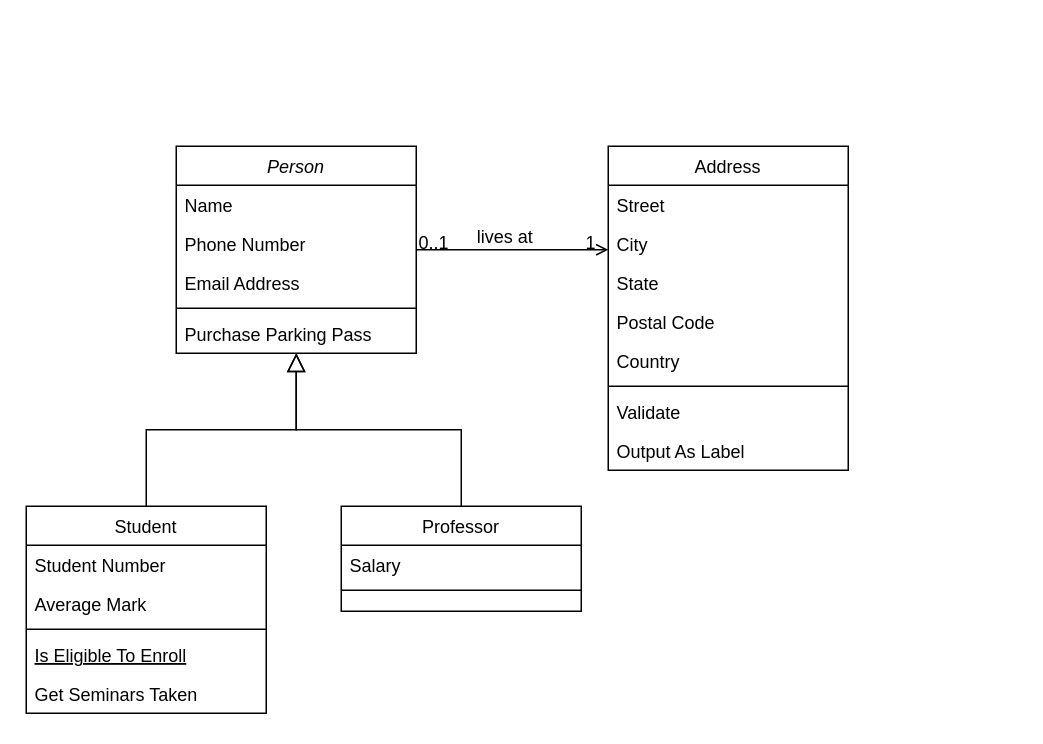
okronar/ProyectoFinalSergioRamos keeps this draw.io diagram as mockups/DiagramaClases.drawio. Above is the earlier version. Source tidied: cells renumbered, new cells numbered last; positions are measured from the earlier drawing's top-left corner, leaving out a move shared by most shapes. Both pictures are drawn from the tidied source at 150%, with x=0, y=0 at pixel (26, 146).
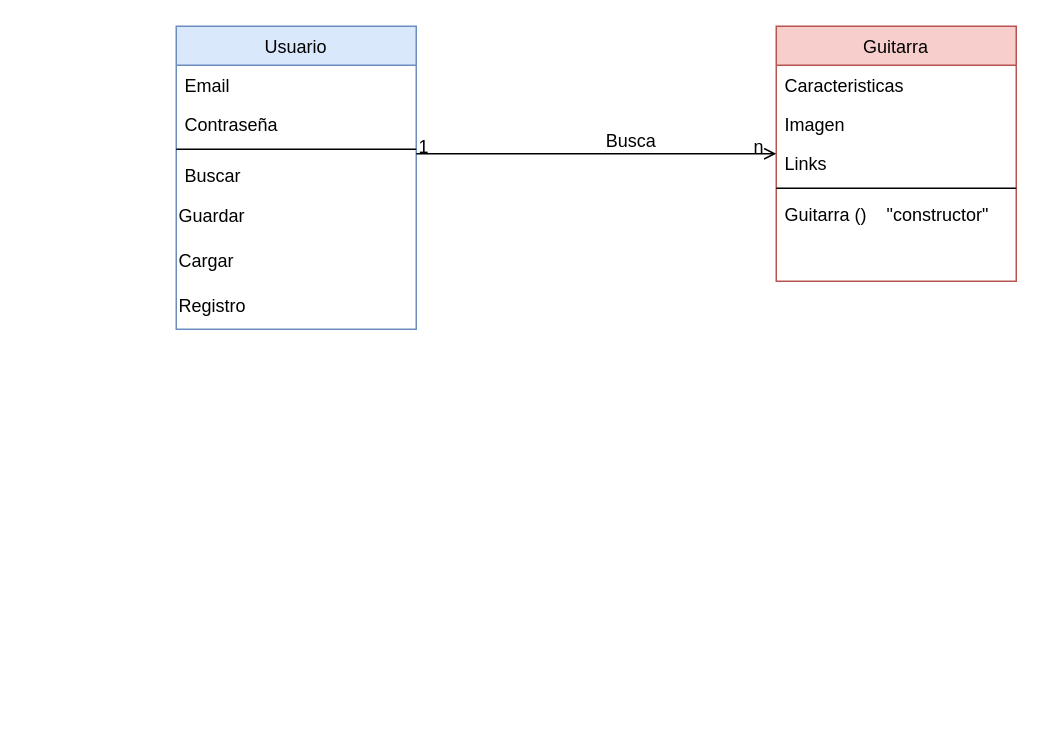
The same page after the edit.

The change refers to these unchanged cells:
```xml
<mxCell id="28" style="endArrow=open;shadow=0;strokeWidth=1;rounded=0;curved=0;endFill=1;edgeStyle=elbowEdgeStyle;elbow=vertical;" parent="1" edge="1" source="2" target="19">
  <mxGeometry x="0.5" y="41" relative="1" as="geometry">
    <mxPoint x="-40" y="32" as="offset" />
  </mxGeometry>
</mxCell>
```

Diff of the diagram source:
```diff
@@
-    <mxCell id="2" value="Person" style="swimlane;fontStyle=2;align=center;verticalAlign=top;horizontal=1;startSize=26;rounded=0;shadow=0;strokeWidth=1;" parent="1" vertex="1">
-      <mxGeometry x="100" width="160" height="138" as="geometry" />
+    <mxCell id="2" value="Usuario" style="swimlane;fontStyle=0;align=center;verticalAlign=top;horizontal=1;startSize=26;rounded=0;shadow=0;strokeWidth=1;fillColor=#dae8fc;strokeColor=#6c8ebf;" parent="1" vertex="1">
+      <mxGeometry x="100" y="-80" width="160" height="202" as="geometry" />
     </mxCell>
-    <mxCell id="3" value="Name" style="text;align=left;verticalAlign=top;spacingLeft=4;spacingRight=4;overflow=hidden;" parent="2" vertex="1">
+    <mxCell id="3" value="Email" style="text;align=left;verticalAlign=top;spacingLeft=4;spacingRight=4;overflow=hidden;" parent="2" vertex="1">
       <mxGeometry y="26" width="160" height="26" as="geometry" />
     </mxCell>
-    <mxCell id="4" value="Phone Number" style="text;align=left;verticalAlign=top;spacingLeft=4;spacingRight=4;overflow=hidden;rounded=0;shadow=0;html=0;" parent="2" vertex="1">
+    <mxCell id="4" value="Contraseña" style="text;align=left;verticalAlign=top;spacingLeft=4;spacingRight=4;overflow=hidden;rounded=0;shadow=0;html=0;" parent="2" vertex="1">
       <mxGeometry y="52" width="160" height="26" as="geometry" />
     </mxCell>
-    <mxCell id="5" value="Email Address" style="text;align=left;verticalAlign=top;spacingLeft=4;spacingRight=4;overflow=hidden;rounded=0;shadow=0;html=0;" parent="2" vertex="1">
-      <mxGeometry y="78" width="160" height="26" as="geometry" />
-    </mxCell>
     <mxCell id="6" style="line;html=1;strokeWidth=1;align=left;verticalAlign=middle;spacingTop=-1;spacingLeft=3;spacingRight=3;labelPosition=right;" parent="2" vertex="1">
-      <mxGeometry y="104" width="160" height="8" as="geometry" />
+      <mxGeometry y="78" width="160" height="8" as="geometry" />
     </mxCell>
-    <mxCell id="7" value="Purchase Parking Pass" style="text;align=left;verticalAlign=top;spacingLeft=4;spacingRight=4;overflow=hidden;" parent="2" vertex="1">
-      <mxGeometry y="112" width="160" height="26" as="geometry" />
+    <mxCell id="7" value="Buscar" style="text;align=left;verticalAlign=top;spacingLeft=4;spacingRight=4;overflow=hidden;" parent="2" vertex="1">
+      <mxGeometry y="86" width="160" height="26" as="geometry" />
     </mxCell>
-    <mxCell id="8" value="Student" style="swimlane;fontStyle=0;align=center;verticalAlign=top;horizontal=1;startSize=26;rounded=0;shadow=0;strokeWidth=1;" parent="1" vertex="1">
-      <mxGeometry y="240" width="160" height="138" as="geometry" />
-    </mxCell>
-    <mxCell id="9" value="Student Number" style="text;align=left;verticalAlign=top;spacingLeft=4;spacingRight=4;overflow=hidden;" parent="8" vertex="1">
-      <mxGeometry y="26" width="160" height="26" as="geometry" />
-    </mxCell>
-    <mxCell id="10" value="Average Mark" style="text;align=left;verticalAlign=top;spacingLeft=4;spacingRight=4;overflow=hidden;rounded=0;shadow=0;html=0;" parent="8" vertex="1">
-      <mxGeometry y="52" width="160" height="26" as="geometry" />
-    </mxCell>
-    <mxCell id="11" style="line;html=1;strokeWidth=1;align=left;verticalAlign=middle;spacingTop=-1;spacingLeft=3;spacingRight=3;labelPosition=right;" parent="8" vertex="1">
-      <mxGeometry y="78" width="160" height="8" as="geometry" />
-    </mxCell>
-    <mxCell id="12" value="Is Eligible To Enroll" style="text;align=left;verticalAlign=top;spacingLeft=4;spacingRight=4;overflow=hidden;fontStyle=4;" parent="8" vertex="1">
-      <mxGeometry y="86" width="160" height="26" as="geometry" />
-    </mxCell>
-    <mxCell id="13" value="Get Seminars Taken" style="text;align=left;verticalAlign=top;spacingLeft=4;spacingRight=4;overflow=hidden;" parent="8" vertex="1">
-      <mxGeometry y="112" width="160" height="26" as="geometry" />
-    </mxCell>
-    <mxCell id="14" style="endArrow=block;endSize=10;endFill=0;shadow=0;strokeWidth=1;rounded=0;curved=0;edgeStyle=elbowEdgeStyle;elbow=vertical;" parent="1" edge="1" source="8" target="2">
-      <mxGeometry relative="1" as="geometry" />
-    </mxCell>
-    <mxCell id="15" value="Professor" style="swimlane;fontStyle=0;align=center;verticalAlign=top;horizontal=1;startSize=26;rounded=0;shadow=0;strokeWidth=1;" parent="1" vertex="1">
-      <mxGeometry x="210" y="240" width="160" height="70" as="geometry" />
-    </mxCell>
-    <mxCell id="16" value="Salary" style="text;align=left;verticalAlign=top;spacingLeft=4;spacingRight=4;overflow=hidden;" parent="15" vertex="1">
-      <mxGeometry y="26" width="160" height="26" as="geometry" />
-    </mxCell>
-    <mxCell id="17" style="line;html=1;strokeWidth=1;align=left;verticalAlign=middle;spacingTop=-1;spacingLeft=3;spacingRight=3;labelPosition=right;" parent="15" vertex="1">
-      <mxGeometry y="52" width="160" height="8" as="geometry" />
-    </mxCell>
-    <mxCell id="18" style="endArrow=block;endSize=10;endFill=0;shadow=0;strokeWidth=1;rounded=0;curved=0;edgeStyle=elbowEdgeStyle;elbow=vertical;" parent="1" edge="1" source="15" target="2">
-      <mxGeometry relative="1" as="geometry" />
-    </mxCell>
+    <mxCell id="32" value="Guardar" style="text;html=1;align=left;verticalAlign=middle;strokeColor=none;fillColor=none;" parent="2" vertex="1">
+      <mxGeometry y="112" width="160" height="30" as="geometry" />
+    </mxCell>
+    <mxCell id="33" value="Cargar" style="text;html=1;align=left;verticalAlign=middle;strokeColor=none;fillColor=none;" parent="2" vertex="1">
+      <mxGeometry y="142" width="160" height="30" as="geometry" />
+    </mxCell>
+    <mxCell id="34" value="Registro" style="text;html=1;align=left;verticalAlign=middle;strokeColor=none;fillColor=none;" parent="2" vertex="1">
+      <mxGeometry y="172" width="160" height="30" as="geometry" />
+    </mxCell>
-    <mxCell id="19" value="Address" style="swimlane;fontStyle=0;align=center;verticalAlign=top;horizontal=1;startSize=26;rounded=0;shadow=0;strokeWidth=1;" parent="1" vertex="1">
-      <mxGeometry x="388" width="160" height="216" as="geometry" />
+    <mxCell id="19" value="Guitarra" style="swimlane;fontStyle=0;align=center;verticalAlign=top;horizontal=1;startSize=26;rounded=0;shadow=0;strokeWidth=1;fillColor=#f8cecc;strokeColor=#b85450;" parent="1" vertex="1">
+      <mxGeometry x="500" y="-80" width="160" height="170" as="geometry" />
     </mxCell>
-    <mxCell id="20" value="Street" style="text;align=left;verticalAlign=top;spacingLeft=4;spacingRight=4;overflow=hidden;" parent="19" vertex="1">
+    <mxCell id="20" value="Caracteristicas" style="text;align=left;verticalAlign=top;spacingLeft=4;spacingRight=4;overflow=hidden;" parent="19" vertex="1">
       <mxGeometry y="26" width="160" height="26" as="geometry" />
     </mxCell>
-    <mxCell id="21" value="City" style="text;align=left;verticalAlign=top;spacingLeft=4;spacingRight=4;overflow=hidden;rounded=0;shadow=0;html=0;" parent="19" vertex="1">
+    <mxCell id="21" value="Imagen" style="text;align=left;verticalAlign=top;spacingLeft=4;spacingRight=4;overflow=hidden;rounded=0;shadow=0;html=0;" parent="19" vertex="1">
       <mxGeometry y="52" width="160" height="26" as="geometry" />
     </mxCell>
-    <mxCell id="22" value="State" style="text;align=left;verticalAlign=top;spacingLeft=4;spacingRight=4;overflow=hidden;rounded=0;shadow=0;html=0;" parent="19" vertex="1">
+    <mxCell id="22" value="Links" style="text;align=left;verticalAlign=top;spacingLeft=4;spacingRight=4;overflow=hidden;rounded=0;shadow=0;html=0;" parent="19" vertex="1">
       <mxGeometry y="78" width="160" height="26" as="geometry" />
     </mxCell>
-    <mxCell id="23" value="Postal Code" style="text;align=left;verticalAlign=top;spacingLeft=4;spacingRight=4;overflow=hidden;rounded=0;shadow=0;html=0;" parent="19" vertex="1">
-      <mxGeometry y="104" width="160" height="26" as="geometry" />
-    </mxCell>
-    <mxCell id="24" value="Country" style="text;align=left;verticalAlign=top;spacingLeft=4;spacingRight=4;overflow=hidden;rounded=0;shadow=0;html=0;" parent="19" vertex="1">
-      <mxGeometry y="130" width="160" height="26" as="geometry" />
-    </mxCell>
     <mxCell id="25" style="line;html=1;strokeWidth=1;align=left;verticalAlign=middle;spacingTop=-1;spacingLeft=3;spacingRight=3;labelPosition=right;" parent="19" vertex="1">
-      <mxGeometry y="156" width="160" height="8" as="geometry" />
+      <mxGeometry y="104" width="160" height="8" as="geometry" />
     </mxCell>
-    <mxCell id="26" value="Validate" style="text;align=left;verticalAlign=top;spacingLeft=4;spacingRight=4;overflow=hidden;" parent="19" vertex="1">
-      <mxGeometry y="164" width="160" height="26" as="geometry" />
+    <mxCell id="26" value="Guitarra ()    &quot;constructor&quot;" style="text;align=left;verticalAlign=top;spacingLeft=4;spacingRight=4;overflow=hidden;" parent="19" vertex="1">
+      <mxGeometry y="112" width="160" height="26" as="geometry" />
     </mxCell>
-    <mxCell id="27" value="Output As Label" style="text;align=left;verticalAlign=top;spacingLeft=4;spacingRight=4;overflow=hidden;" parent="19" vertex="1">
-      <mxGeometry y="190" width="160" height="26" as="geometry" />
-    </mxCell>
@@
-    <mxCell id="29" value="0..1" style="align=left;verticalAlign=bottom;labelBackgroundColor=none;fontSize=12;" parent="28" vertex="1">
+    <mxCell id="29" value="1" style="align=left;verticalAlign=bottom;labelBackgroundColor=none;fontSize=12;" parent="28" vertex="1">
       <mxGeometry x="-1" relative="1" as="geometry">
         <mxPoint y="4" as="offset" />
       </mxGeometry>
     </mxCell>
-    <mxCell id="30" value="1" style="align=right;verticalAlign=bottom;labelBackgroundColor=none;fontSize=12;" parent="28" vertex="1">
+    <mxCell id="30" value="n" style="align=right;verticalAlign=bottom;labelBackgroundColor=none;fontSize=12;" parent="28" vertex="1">
       <mxGeometry x="1" relative="1" as="geometry">
         <mxPoint x="-7" y="4" as="offset" />
       </mxGeometry>
     </mxCell>
-    <mxCell id="31" value="lives at" style="text;html=1;align=center;verticalAlign=middle;labelBackgroundColor=none;rounded=0;shadow=0;strokeWidth=1;fontSize=12;" parent="28" vertex="1">
+    <mxCell id="31" value="Busca" style="text;html=1;align=center;verticalAlign=middle;labelBackgroundColor=none;rounded=0;shadow=0;strokeWidth=1;fontSize=12;" parent="28" vertex="1">
       <mxGeometry x="0.5" y="49" relative="1" as="geometry">
         <mxPoint x="-38" y="40" as="offset" />
       </mxGeometry>
     </mxCell>
```
